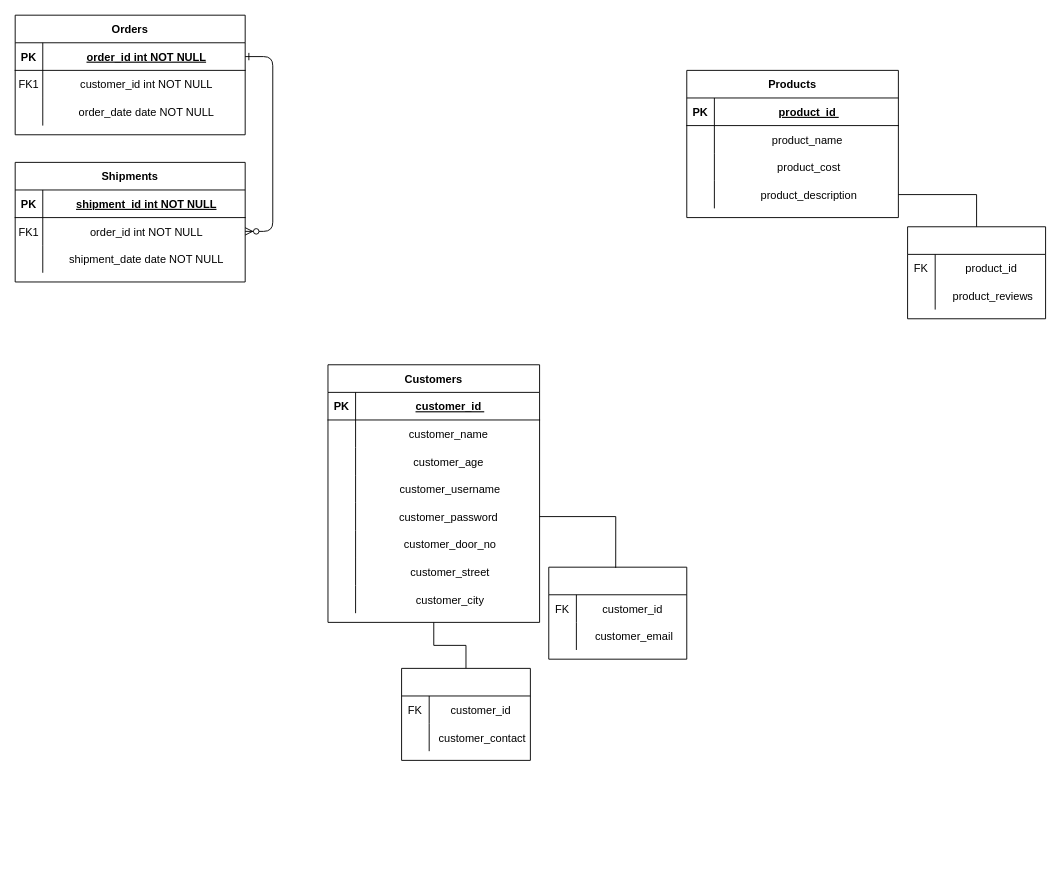
Above: ECommERT.drawio in adithkrishnan98/ECommerce-Java (draw.io), before the change. Source tidied: cells renumbered, new cells numbered last; positions are measured from the earlier drawing's top-left corner, leaving out a move shared by most shapes. Both pictures are drawn from the tidied source at 92%, with x=0, y=0 at pixel (15, 15).
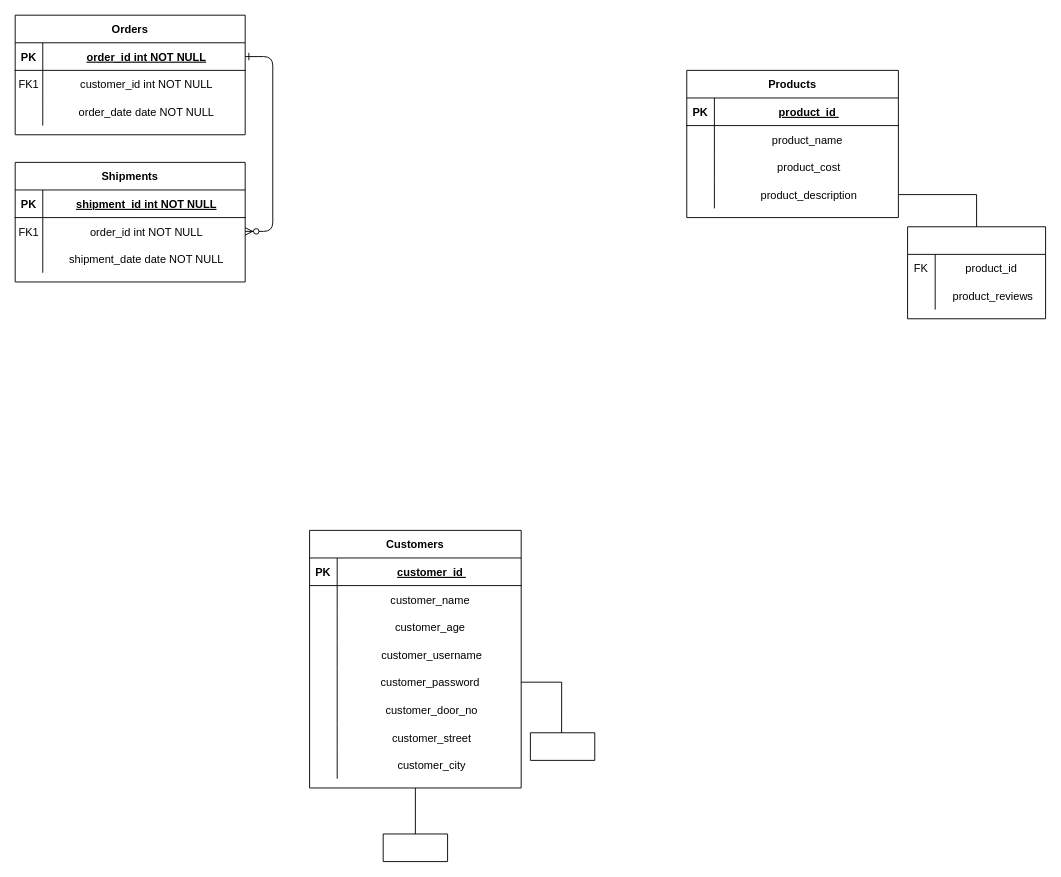
Above is the later version.

The edit, as a diff of the source:
```diff
@@
     <mxCell id="24" value="Customers" style="shape=table;startSize=30;childLayout=tableLayout;rowLines=0;fontStyle=1;align=center;" parent="1" vertex="1">
-      <mxGeometry x="340" y="380" width="230" height="280" as="geometry" />
+      <mxGeometry x="320" y="560" width="230" height="280" as="geometry" />
     </mxCell>
@@
-    <mxCell id="50" style="shape=table;startSize=30;childLayout=tableLayout;rowLines=0;fontStyle=1;align=center;" parent="1" vertex="1">
-      <mxGeometry x="580" y="600" width="150" height="100" as="geometry" />
+    <mxCell id="50" style="shape=table;startSize=30;childLayout=tableLayout;rowLines=0;fontStyle=1;align=center;" parent="1" vertex="1" collapsed="1">
+      <mxGeometry x="560" y="780" width="70" height="30" as="geometry" />
     </mxCell>
-    <mxCell id="51" style="shape=partialRectangle;fillColor=none;top=0;left=0;right=0;bottom=0;align=center;" parent="50" vertex="1">
-      <mxGeometry y="30" width="150" height="30" as="geometry" />
-    </mxCell>
-    <mxCell id="52" value="FK" style="shape=partialRectangle;overflow=hidden;fillColor=none;top=0;left=0;bottom=0;right=0;align=center;" parent="51" vertex="1">
-      <mxGeometry width="30" height="30" as="geometry" />
-    </mxCell>
-    <mxCell id="53" value="customer_id " style="shape=partialRectangle;overflow=hidden;fillColor=none;top=0;left=0;bottom=0;right=0;align=center;spacingLeft=6;" parent="51" vertex="1">
-      <mxGeometry x="30" width="120" height="30" as="geometry" />
-    </mxCell>
-    <mxCell id="54" style="shape=partialRectangle;fillColor=none;top=0;left=0;right=0;bottom=0;align=center;" parent="50" vertex="1">
-      <mxGeometry y="60" width="150" height="30" as="geometry" />
-    </mxCell>
-    <mxCell id="55" style="shape=partialRectangle;overflow=hidden;fillColor=none;top=0;left=0;bottom=0;right=0;align=center;" parent="54" vertex="1">
-      <mxGeometry width="30" height="30" as="geometry" />
-    </mxCell>
-    <mxCell id="56" value="customer_email" style="shape=partialRectangle;overflow=hidden;fillColor=none;top=0;left=0;bottom=0;right=0;align=center;spacingLeft=6;" parent="54" vertex="1">
-      <mxGeometry x="30" width="120" height="30" as="geometry" />
-    </mxCell>
-    <mxCell id="57" style="shape=table;startSize=30;childLayout=tableLayout;rowLines=0;fontStyle=1;align=center;" parent="1" vertex="1">
-      <mxGeometry x="420" y="710" width="140" height="100" as="geometry" />
+    <mxCell id="57" style="shape=table;startSize=30;childLayout=tableLayout;rowLines=0;fontStyle=1;align=center;" parent="1" vertex="1" collapsed="1">
+      <mxGeometry x="400" y="890" width="70" height="30" as="geometry" />
     </mxCell>
-    <mxCell id="58" style="shape=partialRectangle;fillColor=none;top=0;left=0;right=0;bottom=0;align=center;" parent="57" vertex="1">
-      <mxGeometry y="30" width="140" height="30" as="geometry" />
-    </mxCell>
-    <mxCell id="59" value="FK" style="shape=partialRectangle;overflow=hidden;fillColor=none;top=0;left=0;bottom=0;right=0;align=center;" parent="58" vertex="1">
-      <mxGeometry width="30" height="30" as="geometry" />
-    </mxCell>
-    <mxCell id="60" value="customer_id " style="shape=partialRectangle;overflow=hidden;fillColor=none;top=0;left=0;bottom=0;right=0;align=center;spacingLeft=6;" parent="58" vertex="1">
-      <mxGeometry x="30" width="110" height="30" as="geometry" />
-    </mxCell>
-    <mxCell id="61" style="shape=partialRectangle;fillColor=none;top=0;left=0;right=0;bottom=0;align=center;" parent="57" vertex="1">
-      <mxGeometry y="60" width="140" height="30" as="geometry" />
-    </mxCell>
-    <mxCell id="62" style="shape=partialRectangle;overflow=hidden;fillColor=none;top=0;left=0;bottom=0;right=0;align=center;" parent="61" vertex="1">
-      <mxGeometry width="30" height="30" as="geometry" />
-    </mxCell>
-    <mxCell id="63" value="customer_contact" style="shape=partialRectangle;overflow=hidden;fillColor=none;top=0;left=0;bottom=0;right=0;align=center;spacingLeft=6;" parent="61" vertex="1">
-      <mxGeometry x="30" width="110" height="30" as="geometry" />
-    </mxCell>
```
